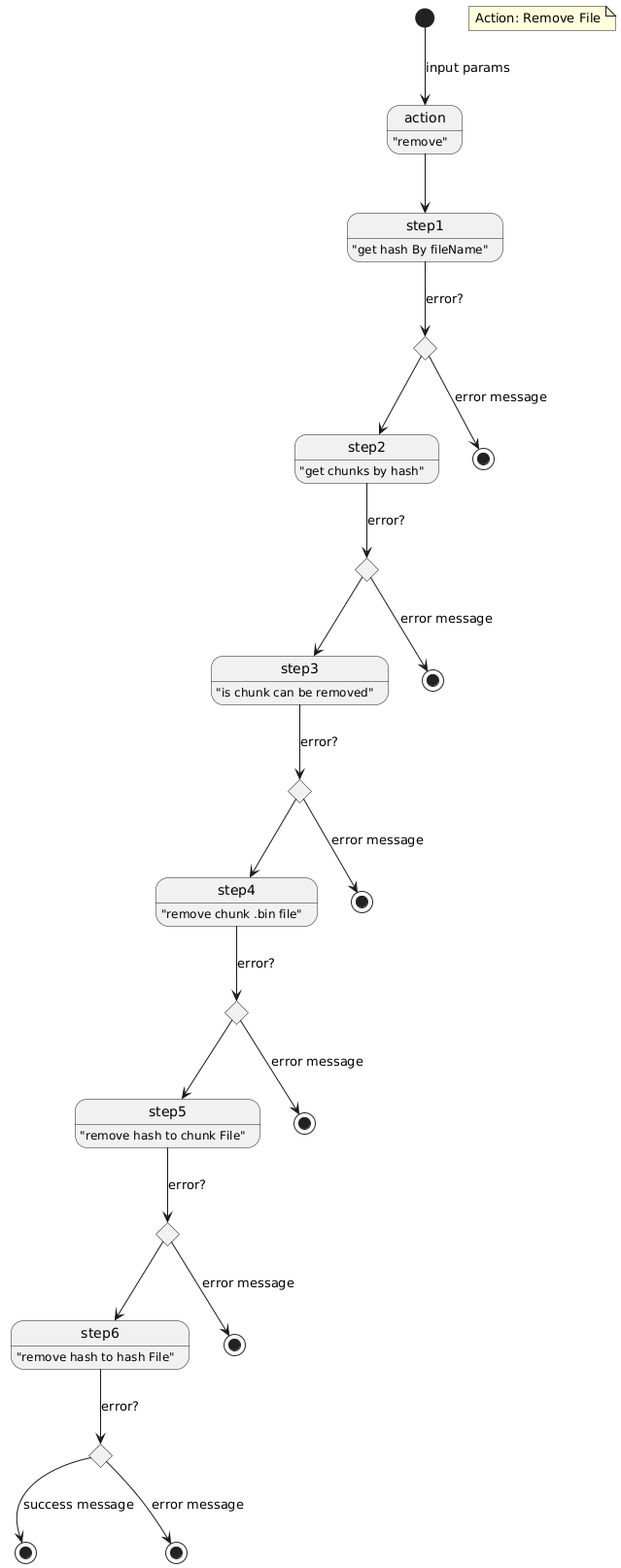
Before: out_application/doc/state-action-remove.png, a diagram exported from PlantUML (psaraiva/lab-go-chunk).
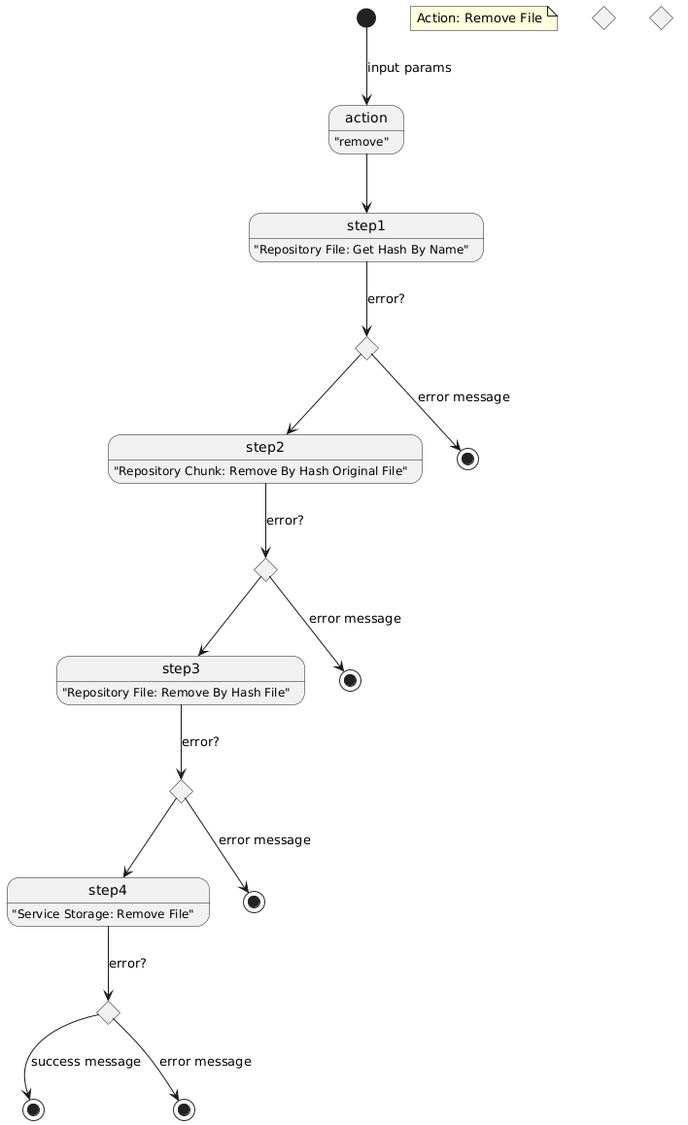
The same diagram one commit later.

Change to the diagram source:
```diff
@@ -1,19 +1,15 @@
 @startuml
 state action : "remove"
-state "step1" as s1: "get hash By fileName"
+state "step1" as s1: "Repository File: Get Hash By Name"
 note "Action: Remove File" as n1
-state "step2" as s2: "get chunks by hash"
-state "step3" as s3: "is chunk can be removed"
-state "step4" as s4: "remove chunk .bin file"
-state "step5" as s5: "remove hash to chunk File"
-state "step6" as s6: "remove hash to hash File"
+state "step2" as s2: "Repository Chunk: Remove By Hash Original File"
+state "step3" as s3: "Repository File: Remove By Hash File"
+state "step4" as s4: "Service Storage: Remove File"
 state "end" as e0 <<end>>
 state "end" as e1 <<end>>
 state "end" as e2 <<end>>
 state "end" as e3 <<end>>
 state "end" as e4 <<end>>
-state "end" as e5 <<end>>
-state "end" as e6 <<end>>
 state "choice" as c1 <<choice>>
 state "choice" as c2 <<choice>>
 state "choice" as c3 <<choice>>
@@ -37,13 +33,6 @@
 
 s4 --> c4: error?
 c4 --> e4: error message
-c4 --> s5
+c4 --> e0: success message
 
-s5 --> c5: error?
-c5 --> e5: error message
-c5 --> s6
-
-s6 --> c6: error?
-c6 --> e6: error message
-c6 --> e0: success message
 @enduml
```
